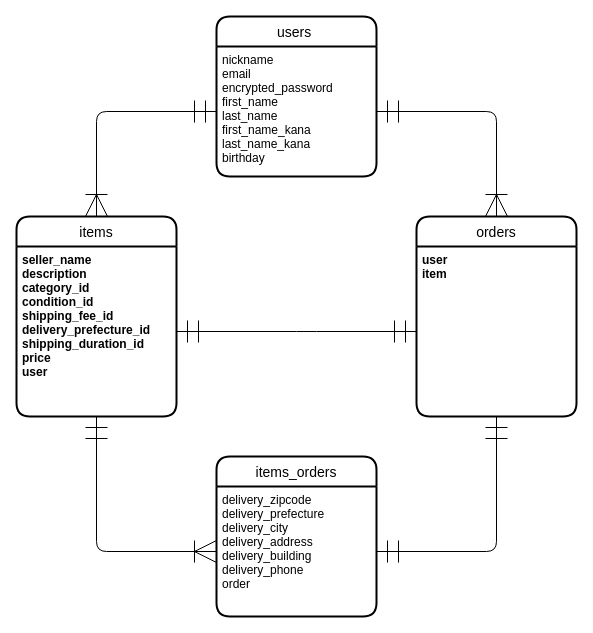
masanaga225150/furima-.39448 keeps this draw.io diagram as ER図.dio. Above is the earlier version. Source tidied: cells renumbered, new cells numbered last; positions are measured from the earlier drawing's top-left corner, leaving out a move shared by most shapes. Both pictures are drawn from the tidied source at 100%, with x=0, y=0 at pixel (16, 16).
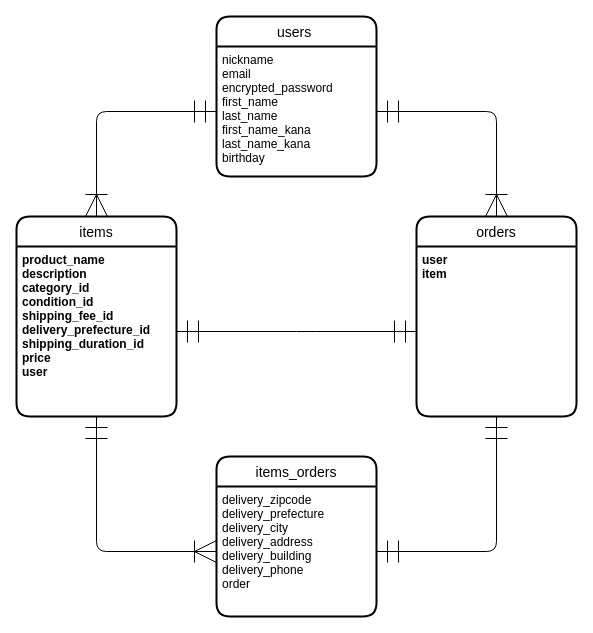
Above is the later version.

The edit, as a diff of the source:
```diff
@@
 <mxGraphModel>
   <root>
     <mxCell id="0" />
     <mxCell id="1" parent="0" />
     <mxCell id="2" value="users " style="swimlane;horizontal=1;startSize=30;rounded=1;fontSize=14;fontStyle=0;strokeWidth=2;shadow=0;dashed=0;align=center;" parent="1" vertex="1">
       <mxGeometry x="200" width="160" height="160" as="geometry" />
     </mxCell>
     <mxCell id="3" value="nickname&#10;email&#10;encrypted_password&#10;first_name&#10;last_name&#10;first_name_kana&#10;last_name_kana&#10;birthday" style="align=left;strokeColor=none;fillColor=none;spacingLeft=4;fontSize=12;verticalAlign=top;fontStyle=0;" parent="2" vertex="1">
       <mxGeometry y="30" width="160" height="130" as="geometry" />
     </mxCell>
     <mxCell id="4" value="items" style="swimlane;horizontal=1;startSize=30;rounded=1;fontSize=14;fontStyle=0;strokeWidth=2;shadow=0;dashed=0;align=center;" parent="1" vertex="1">
       <mxGeometry y="200" width="160" height="200" as="geometry" />
     </mxCell>
-    <mxCell id="5" value="seller_name&#10;description&#10;category_id&#10;condition_id&#10;shipping_fee_id&#10;delivery_prefecture_id&#10;shipping_duration_id&#10;price&#10;user" style="align=left;strokeColor=none;fillColor=none;spacingLeft=4;fontSize=12;verticalAlign=top;fontStyle=1;" parent="4" vertex="1">
+    <mxCell id="5" value="product_name&#10;description&#10;category_id&#10;condition_id&#10;shipping_fee_id&#10;delivery_prefecture_id&#10;shipping_duration_id&#10;price&#10;user" style="align=left;strokeColor=none;fillColor=none;spacingLeft=4;fontSize=12;verticalAlign=top;fontStyle=1;" parent="4" vertex="1">
       <mxGeometry y="30" width="160" height="170" as="geometry" />
     </mxCell>
     <mxCell id="6" value="orders" style="swimlane;horizontal=1;startSize=30;rounded=1;fontSize=14;fontStyle=0;strokeWidth=2;shadow=0;dashed=0;align=center;" parent="1" vertex="1">
       <mxGeometry x="400" y="200" width="160" height="200" as="geometry" />
     </mxCell>
     <mxCell id="7" value="user&#10;item" style="align=left;strokeColor=none;fillColor=none;spacingLeft=4;fontSize=12;verticalAlign=top;fontStyle=1;" parent="6" vertex="1">
       <mxGeometry y="30" width="160" height="170" as="geometry" />
     </mxCell>
     <mxCell id="8" style="edgeStyle=orthogonalEdgeStyle;fontSize=12;html=1;endArrow=ERoneToMany;startArrow=ERmandOne;exitX=0;exitY=0.5;exitDx=0;exitDy=0;entryX=0.5;entryY=0;entryDx=0;entryDy=0;startSize=20;endSize=20;" parent="1" edge="1" source="3" target="4">
       <mxGeometry relative="1" as="geometry" />
     </mxCell>
     <mxCell id="9" style="edgeStyle=orthogonalEdgeStyle;fontSize=12;html=1;endArrow=ERoneToMany;startArrow=ERmandOne;entryX=0.5;entryY=0;entryDx=0;entryDy=0;startSize=20;endSize=20;exitX=1;exitY=0.5;exitDx=0;exitDy=0;" parent="1" edge="1" source="3" target="6">
       <mxGeometry relative="1" as="geometry" />
     </mxCell>
     <mxCell id="10" value="items_orders" style="swimlane;horizontal=1;startSize=30;rounded=1;fontSize=14;fontStyle=0;strokeWidth=2;shadow=0;dashed=0;align=center;" parent="1" vertex="1">
       <mxGeometry x="200" y="440" width="160" height="160" as="geometry" />
     </mxCell>
     <mxCell id="11" value="delivery_zipcode&#10;delivery_prefecture&#10;delivery_city&#10;delivery_address&#10;delivery_building&#10;delivery_phone&#10;order&#10;" style="align=left;strokeColor=none;fillColor=none;spacingLeft=4;fontSize=12;verticalAlign=top;" parent="10" vertex="1">
       <mxGeometry y="30" width="160" height="130" as="geometry" />
     </mxCell>
     <mxCell id="12" style="edgeStyle=orthogonalEdgeStyle;fontSize=12;html=1;endArrow=ERoneToMany;startArrow=ERmandOne;exitX=0.5;exitY=1;exitDx=0;exitDy=0;entryX=0;entryY=0.5;entryDx=0;entryDy=0;startSize=20;endSize=20;" parent="1" edge="1" source="5" target="11">
       <mxGeometry relative="1" as="geometry" />
     </mxCell>
     <mxCell id="13" style="edgeStyle=orthogonalEdgeStyle;fontSize=12;html=1;endArrow=ERmandOne;startArrow=ERmandOne;exitX=0.5;exitY=1;exitDx=0;exitDy=0;entryX=1;entryY=0.5;entryDx=0;entryDy=0;startSize=20;endSize=20;endFill=0;" parent="1" edge="1" source="7" target="11">
       <mxGeometry relative="1" as="geometry" />
     </mxCell>
     <mxCell id="14" style="edgeStyle=orthogonalEdgeStyle;fontSize=12;html=1;endArrow=ERmandOne;startArrow=ERmandOne;entryX=0;entryY=0.5;entryDx=0;entryDy=0;startSize=20;endSize=20;exitX=1;exitY=0.5;exitDx=0;exitDy=0;startFill=0;endFill=0;" parent="1" edge="1" source="5" target="7">
       <mxGeometry relative="1" as="geometry">
         <Array as="points">
           <mxPoint x="290" y="315" />
           <mxPoint x="290" y="315" />
         </Array>
       </mxGeometry>
     </mxCell>
   </root>
 </mxGraphModel>
```
